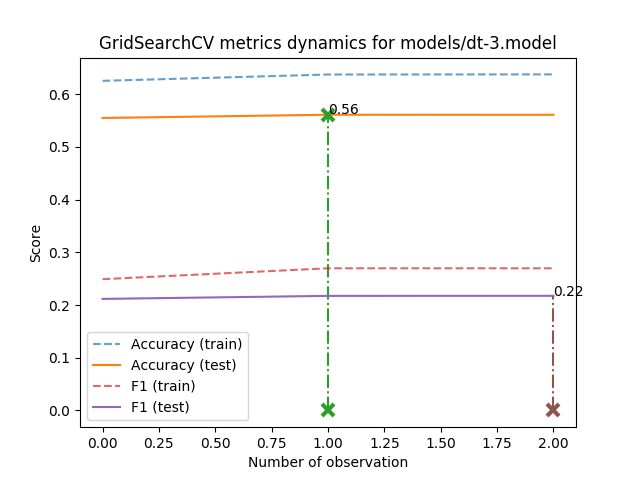
AverHLV/diploma-computations keeps this Graphviz diagram as models/dt-3.model_metrics.png. Above is the earlier version. Its source is kept beside it as models/dt-3.model.dot.
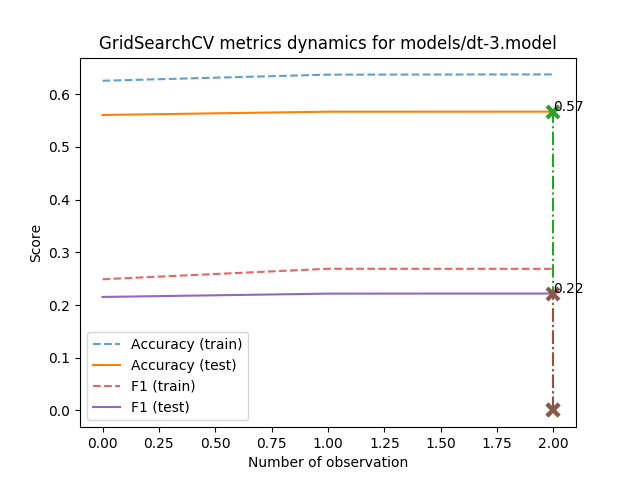
The same file after the commit.

What changed in the source:
```diff
@@ -1,56 +1,56 @@
 digraph Tree {
 node [shape=box, style="filled", color="black"] ;
-0 [label="Topic <= 0.998\ngini = 0.558\nsamples = 12051\nvalue = [[29, 5111, 705, 4438, 1768]\n[323, 7339, 2410, 820, 1159]\n[145, 6520, 580, 4097, 709]\n...\n[13, 5584, 844, 3975, 1635]\n[9, 135, 65, 43, 11799]\n[18, 1967, 30, 7762, 2274]]", fillcolor="#fefdfb"] ;
-1 [label="Екогрупа <= -2.261\ngini = 0.543\nsamples = 9241\nvalue = [[25, 4587, 555, 2691, 1383]\n[270, 5802, 1716, 551, 902]\n[125, 5727, 470, 2255, 664]\n...\n[13, 4901, 447, 2510, 1370]\n[7, 117, 38, 31, 9048]\n[18, 1761, 20, 5829, 1613]]", fillcolor="#fdf6f1"] ;
+0 [label="Topic <= 0.998\ngini = 0.558\nsamples = 12051\nvalue = [[26, 5159, 706, 4393, 1767]\n[313, 7320, 2413, 826, 1179]\n[151, 6567, 579, 4065, 689]\n...\n[12, 5670, 843, 3878, 1648]\n[8, 146, 66, 42, 11789]\n[17, 2031, 25, 7730, 2248]]", fillcolor="#fefcfb"] ;
+1 [label="ОБ <= -0.236\ngini = 0.542\nsamples = 9259\nvalue = [[24, 4626, 557, 2660, 1392]\n[265, 5767, 1736, 556, 935]\n[130, 5755, 479, 2259, 636]\n...\n[12, 4954, 440, 2457, 1396]\n[6, 124, 42, 34, 9053]\n[16, 1811, 17, 5816, 1599]]", fillcolor="#fdf6f0"] ;
 0 -> 1 [labeldistance=2.5, labelangle=45, headlabel="True"] ;
-5 [label="gini = 0.494\nsamples = 487\nvalue = [[3, 120, 16, 223, 125]\n[1, 314, 66, 36, 70]\n[2, 154, 8, 280, 43]\n...\n[0, 126, 31, 201, 129]\n[0, 0, 0, 0, 487]\n[5, 21, 0, 33, 428]]", fillcolor="#f9e1d0"] ;
+5 [label="Позафракційні <= -1.95\ngini = 0.535\nsamples = 2461\nvalue = [[15, 1355, 99, 535, 457]\n[41, 1607, 296, 173, 344]\n[32, 1475, 78, 547, 329]\n...\n[6, 1285, 98, 625, 447]\n[2, 20, 9, 0, 2430]\n[10, 399, 1, 1379, 672]]", fillcolor="#fcf3eb"] ;
 1 -> 5 ;
-6 [label="ОБ <= -0.369\ngini = 0.537\nsamples = 8754\nvalue = [[22, 4467, 539, 2468, 1258]\n[269, 5488, 1650, 515, 832]\n[123, 5573, 462, 1975, 621]\n...\n[13, 4775, 416, 2309, 1241]\n[7, 117, 38, 31, 8561]\n[13, 1740, 20, 5796, 1185]]", fillcolor="#fdf3ed"] ;
+7 [label="gini = 0.413\nsamples = 209\nvalue = [[2, 25, 4, 108, 70]\n[0, 114, 38, 35, 22]\n[1, 41, 4, 126, 37]\n...\n[1, 25, 4, 101, 78]\n[0, 0, 0, 0, 209]\n[0, 3, 0, 40, 166]]", fillcolor="#f2be9a"] ;
+5 -> 7 ;
+8 [label="ВОБ <= -0.559\ngini = 0.522\nsamples = 2252\nvalue = [[13, 1330, 95, 427, 387]\n[41, 1493, 258, 138, 322]\n[31, 1434, 74, 421, 292]\n...\n[5, 1260, 94, 524, 369]\n[2, 20, 9, 0, 2221]\n[10, 396, 1, 1339, 506]]", fillcolor="#fbede2"] ;
+5 -> 8 ;
+23 [label="gini = 0.527\nsamples = 560\nvalue = [[0, 272, 19, 153, 116]\n[8, 294, 53, 40, 165]\n[7, 307, 29, 150, 67]\n...\n[0, 270, 12, 202, 76]\n[0, 0, 0, 0, 560]\n[0, 110, 0, 351, 99]]", fillcolor="#fcefe6"] ;
+8 -> 23 ;
+24 [label="gini = 0.505\nsamples = 1692\nvalue = [[13, 1058, 76, 274, 271]\n[33, 1199, 205, 98, 157]\n[24, 1127, 45, 271, 225]\n...\n[5, 990, 82, 322, 293]\n[2, 20, 9, 0, 1661]\n[10, 286, 1, 988, 407]]", fillcolor="#fae6d7"] ;
+8 -> 24 ;
+6 [label="Topic <= -1.596\ngini = 0.534\nsamples = 6798\nvalue = [[9, 3271, 458, 2125, 935]\n[224, 4160, 1440, 383, 591]\n[98, 4280, 401, 1712, 307]\n...\n[6, 3669, 342, 1832, 949]\n[4, 104, 33, 34, 6623]\n[6, 1412, 16, 4437, 927]]", fillcolor="#fcf2eb"] ;
 1 -> 6 ;
-7 [label="Екогрупа <= 0.281\ngini = 0.513\nsamples = 1824\nvalue = [[6, 1116, 71, 320, 311]\n[35, 1235, 172, 121, 261]\n[26, 1200, 58, 322, 218]\n...\n[5, 1071, 62, 413, 273]\n[1, 12, 8, 1, 1802]\n[4, 313, 1, 1187, 319]]", fillcolor="#fae9dd"] ;
-6 -> 7 ;
-25 [label="gini = 0.48\nsamples = 1187\nvalue = [[5, 752, 45, 181, 204]\n[19, 864, 106, 61, 137]\n[10, 872, 28, 159, 118]\n...\n[4, 729, 40, 193, 221]\n[0, 11, 7, 0, 1169]\n[3, 173, 1, 727, 283]]", fillcolor="#f8dbc6"] ;
-7 -> 25 ;
-26 [label="gini = 0.537\nsamples = 637\nvalue = [[1, 364, 26, 139, 107]\n[16, 371, 66, 60, 124]\n[16, 328, 30, 163, 100]\n...\n[1, 342, 22, 220, 52]\n[1, 1, 1, 1, 633]\n[1, 140, 0, 460, 36]]", fillcolor="#fdf4ed"] ;
-7 -> 26 ;
-8 [label="Topic <= -1.596\ngini = 0.534\nsamples = 6930\nvalue = [[16, 3351, 468, 2148, 947]\n[234, 4253, 1478, 394, 571]\n[97, 4373, 404, 1653, 403]\n...\n[8, 3704, 354, 1896, 968]\n[6, 105, 30, 30, 6759]\n[9, 1427, 19, 4609, 866]]", fillcolor="#fcf2eb"] ;
-6 -> 8 ;
-9 [label="gini = 0.462\nsamples = 321\nvalue = [[2, 86, 58, 151, 24]\n[5, 245, 52, 11, 8]\n[0, 87, 64, 167, 3]\n...\n[1, 69, 83, 128, 40]\n[0, 24, 0, 13, 284]\n[0, 23, 0, 217, 81]]", fillcolor="#f6d3ba"] ;
-8 -> 9 ;
-10 [label="НФ <= 0.753\ngini = 0.529\nsamples = 6609\nvalue = [[14, 3265, 410, 1997, 923]\n[229, 4008, 1426, 383, 563]\n[97, 4286, 340, 1486, 400]\n...\n[7, 3635, 271, 1768, 928]\n[6, 81, 30, 17, 6475]\n[9, 1404, 19, 4392, 785]]", fillcolor="#fcf0e7"] ;
-8 -> 10 ;
-13 [label="Екогрупа <= 0.281\ngini = 0.521\nsamples = 5024\nvalue = [[6, 2410, 275, 1645, 688]\n[140, 3178, 1080, 269, 357]\n[62, 3238, 243, 1165, 316]\n...\n[7, 2880, 205, 1420, 512]\n[2, 32, 20, 13, 4957]\n[4, 1112, 15, 3380, 513]]", fillcolor="#fbede2"] ;
-10 -> 13 ;
-21 [label="gini = 0.515\nsamples = 1953\nvalue = [[3, 1010, 133, 504, 303]\n[66, 1307, 368, 77, 135]\n[24, 1423, 94, 345, 67]\n...\n[5, 1132, 55, 498, 263]\n[2, 25, 3, 6, 1917]\n[0, 290, 8, 1267, 388]]", fillcolor="#fbeade"] ;
+11 [label="gini = 0.47\nsamples = 330\nvalue = [[2, 95, 52, 158, 23]\n[6, 235, 63, 12, 14]\n[0, 80, 58, 190, 2]\n...\n[1, 82, 80, 127, 40]\n[0, 22, 0, 15, 293]\n[0, 21, 0, 232, 77]]", fillcolor="#f7d7c0"] ;
+6 -> 11 ;
+12 [label="НФ <= 0.392\ngini = 0.529\nsamples = 6468\nvalue = [[7, 3176, 406, 1967, 912]\n[218, 3925, 1377, 371, 577]\n[98, 4200, 343, 1522, 305]\n...\n[5, 3587, 262, 1705, 909]\n[4, 82, 33, 19, 6330]\n[6, 1391, 16, 4205, 850]]", fillcolor="#fcf0e7"] ;
+6 -> 12 ;
+13 [label="Екогрупа <= -1.414\ngini = 0.519\nsamples = 3935\nvalue = [[4, 1817, 203, 1306, 605]\n[111, 2514, 853, 212, 245]\n[46, 2516, 189, 962, 222]\n...\n[4, 2278, 175, 1131, 347]\n[3, 21, 15, 11, 3885]\n[4, 897, 11, 2582, 441]]", fillcolor="#fbece1"] ;
+12 -> 13 ;
+21 [label="gini = 0.476\nsamples = 198\nvalue = [[0, 57, 11, 92, 38]\n[3, 122, 32, 5, 36]\n[0, 69, 4, 125, 0]\n...\n[0, 76, 10, 84, 28]\n[0, 2, 0, 0, 196]\n[0, 13, 0, 51, 134]]", fillcolor="#f7d9c4"] ;
 13 -> 21 ;
-22 [label="gini = 0.517\nsamples = 3071\nvalue = [[3, 1400, 142, 1141, 385]\n[74, 1871, 712, 192, 222]\n[38, 1815, 149, 820, 249]\n...\n[2, 1748, 150, 922, 249]\n[0, 7, 17, 7, 3040]\n[4, 822, 7, 2113, 125]]", fillcolor="#fbebdf"] ;
+22 [label="gini = 0.514\nsamples = 3737\nvalue = [[4, 1760, 192, 1214, 567]\n[108, 2392, 821, 207, 209]\n[46, 2447, 185, 837, 222]\n...\n[4, 2202, 165, 1047, 319]\n[3, 19, 15, 11, 3689]\n[4, 884, 11, 2531, 307]]", fillcolor="#fbe9dd"] ;
 13 -> 22 ;
-14 [label="gini = 0.531\nsamples = 1585\nvalue = [[8, 855, 135, 352, 235]\n[89, 830, 346, 114, 206]\n[35, 1048, 97, 321, 84]\n...\n[0, 755, 66, 348, 416]\n[4, 49, 10, 4, 1518]\n[5, 292, 4, 1012, 272]]", fillcolor="#fcf1e9"] ;
-10 -> 14 ;
-2 [label="НФ <= -0.149\ngini = 0.524\nsamples = 2810\nvalue = [[4, 524, 150, 1747, 385]\n[53, 1537, 694, 269, 257]\n[20, 793, 110, 1842, 45]\n...\n[0, 683, 397, 1465, 265]\n[2, 18, 27, 12, 2751]\n[0, 206, 10, 1933, 661]]", fillcolor="#fbeee4"] ;
+14 [label="gini = 0.53\nsamples = 2533\nvalue = [[3, 1359, 203, 661, 307]\n[107, 1411, 524, 159, 332]\n[52, 1684, 154, 560, 83]\n...\n[1, 1309, 87, 574, 562]\n[1, 61, 18, 8, 2445]\n[2, 494, 5, 1623, 409]]", fillcolor="#fcf0e8"] ;
+12 -> 14 ;
+2 [label="НФ <= -0.149\ngini = 0.525\nsamples = 2792\nvalue = [[2, 533, 149, 1733, 375]\n[48, 1553, 677, 270, 244]\n[21, 812, 100, 1806, 53]\n...\n[0, 716, 403, 1421, 252]\n[2, 22, 24, 8, 2736]\n[1, 220, 8, 1914, 649]]", fillcolor="#fceee5"] ;
 0 -> 2 [labeldistance=2.5, labelangle=-45, headlabel="False"] ;
-3 [label="Topic <= 1.016\ngini = 0.459\nsamples = 1882\nvalue = [[0, 154, 54, 1440, 234]\n[21, 982, 478, 226, 175]\n[2, 325, 45, 1488, 22]\n...\n[0, 329, 234, 1226, 93]\n[0, 2, 2, 1, 1877]\n[0, 65, 2, 1351, 464]]", fillcolor="#f6d2b9"] ;
+3 [label="Topic <= 1.016\ngini = 0.461\nsamples = 1883\nvalue = [[0, 154, 62, 1429, 238]\n[23, 989, 477, 221, 173]\n[2, 338, 41, 1476, 26]\n...\n[0, 350, 247, 1191, 95]\n[0, 3, 0, 1, 1879]\n[1, 71, 3, 1357, 451]]", fillcolor="#f6d3b9"] ;
 2 -> 3 ;
-11 [label="Воля <= -0.217\ngini = 0.35\nsamples = 560\nvalue = [[0, 3, 23, 488, 46]\n[4, 383, 12, 103, 58]\n[0, 39, 9, 512, 0]\n...\n[0, 40, 140, 341, 39]\n[0, 0, 0, 0, 560]\n[0, 1, 0, 405, 154]]", fillcolor="#eca46f"] ;
-3 -> 11 ;
-23 [label="gini = 0.27\nsamples = 196\nvalue = [[0, 1, 22, 172, 1]\n[1, 105, 2, 51, 37]\n[0, 0, 2, 194, 0]\n...\n[0, 7, 8, 143, 38]\n[0, 0, 0, 0, 196]\n[0, 0, 0, 42, 154]]", fillcolor="#e58139"] ;
-11 -> 23 ;
-24 [label="gini = 0.327\nsamples = 364\nvalue = [[0, 2, 1, 316, 45]\n[3, 278, 10, 52, 21]\n[0, 39, 7, 318, 0]\n...\n[0, 33, 132, 198, 1]\n[0, 0, 0, 0, 364]\n[0, 1, 0, 363, 0]]", fillcolor="#ea9a60"] ;
-11 -> 24 ;
-12 [label="Воля <= 0.475\ngini = 0.466\nsamples = 1322\nvalue = [[0, 151, 31, 952, 188]\n[17, 599, 466, 123, 117]\n[2, 286, 36, 976, 22]\n...\n[0, 289, 94, 885, 54]\n[0, 2, 2, 1, 1317]\n[0, 64, 2, 946, 310]]", fillcolor="#f6d5bd"] ;
-3 -> 12 ;
-17 [label="Екогрупа <= -1.837\ngini = 0.512\nsamples = 629\nvalue = [[0, 119, 20, 352, 138]\n[11, 367, 139, 47, 65]\n[2, 209, 30, 367, 21]\n...\n[0, 185, 49, 362, 33]\n[0, 2, 2, 1, 624]\n[0, 43, 0, 289, 297]]", fillcolor="#fae9dc"] ;
-12 -> 17 ;
-19 [label="gini = 0.367\nsamples = 265\nvalue = [[0, 6, 1, 197, 61]\n[6, 115, 74, 21, 49]\n[0, 19, 4, 240, 2]\n...\n[0, 22, 14, 223, 6]\n[0, 0, 0, 0, 265]\n[0, 0, 0, 3, 262]]", fillcolor="#eeab7b"] ;
-17 -> 19 ;
-20 [label="gini = 0.521\nsamples = 364\nvalue = [[0, 113, 19, 155, 77]\n[5, 252, 65, 26, 16]\n[2, 190, 26, 127, 19]\n...\n[0, 163, 35, 139, 27]\n[0, 2, 2, 1, 359]\n[0, 43, 0, 286, 35]]", fillcolor="#fbede2"] ;
-17 -> 20 ;
-18 [label="gini = 0.379\nsamples = 693\nvalue = [[0, 32, 11, 600, 50]\n[6, 232, 327, 76, 52]\n[0, 77, 6, 609, 1]\n...\n[0, 104, 45, 523, 21]\n[0, 0, 0, 0, 693]\n[0, 21, 2, 657, 13]]", fillcolor="#efb082"] ;
-12 -> 18 ;
-4 [label="Topic <= 1.016\ngini = 0.564\nsamples = 928\nvalue = [[4, 370, 96, 307, 151]\n[32, 555, 216, 43, 82]\n[18, 468, 65, 354, 23]\n...\n[0, 354, 163, 239, 172]\n[2, 16, 25, 11, 874]\n[0, 141, 8, 582, 197]]", fillcolor="#ffffff"] ;
+9 [label="Екогрупа <= -0.566\ngini = 0.349\nsamples = 578\nvalue = [[0, 2, 27, 503, 46]\n[7, 398, 11, 104, 58]\n[0, 48, 9, 521, 0]\n...\n[0, 42, 148, 349, 39]\n[0, 0, 0, 0, 578]\n[0, 0, 0, 423, 155]]", fillcolor="#eca36e"] ;
+3 -> 9 ;
+25 [label="gini = 0.27\nsamples = 195\nvalue = [[0, 1, 24, 169, 1]\n[2, 106, 2, 49, 36]\n[0, 0, 3, 192, 0]\n...\n[0, 7, 10, 140, 38]\n[0, 0, 0, 0, 195]\n[0, 0, 0, 42, 153]]", fillcolor="#e58139"] ;
+9 -> 25 ;
+26 [label="gini = 0.324\nsamples = 383\nvalue = [[0, 1, 3, 334, 45]\n[5, 292, 9, 55, 22]\n[0, 48, 6, 329, 0]\n...\n[0, 35, 138, 209, 1]\n[0, 0, 0, 0, 383]\n[0, 0, 0, 381, 2]]", fillcolor="#ea985e"] ;
+9 -> 26 ;
+10 [label="Topic <= 1.421\ngini = 0.469\nsamples = 1305\nvalue = [[0, 152, 35, 926, 192]\n[16, 591, 466, 117, 115]\n[2, 290, 32, 955, 26]\n...\n[0, 308, 99, 842, 56]\n[0, 3, 0, 1, 1301]\n[1, 71, 3, 934, 296]]", fillcolor="#f7d6bf"] ;
+3 -> 10 ;
+17 [label="gini = 0.531\nsamples = 213\nvalue = [[0, 86, 12, 72, 43]\n[7, 120, 44, 8, 34]\n[1, 121, 4, 70, 17]\n...\n[0, 106, 9, 75, 23]\n[0, 2, 0, 0, 211]\n[1, 42, 0, 112, 58]]", fillcolor="#fcf1e8"] ;
+10 -> 17 ;
+18 [label="Topic <= 1.439\ngini = 0.429\nsamples = 1092\nvalue = [[0, 66, 23, 854, 149]\n[9, 471, 422, 109, 81]\n[1, 169, 28, 885, 9]\n...\n[0, 202, 90, 767, 33]\n[0, 1, 0, 1, 1090]\n[0, 29, 3, 822, 238]]", fillcolor="#f3c5a4"] ;
+10 -> 18 ;
+19 [label="gini = 0.341\nsamples = 446\nvalue = [[0, 15, 0, 359, 72]\n[5, 95, 243, 76, 27]\n[0, 37, 0, 409, 0]\n...\n[0, 53, 29, 350, 14]\n[0, 0, 0, 0, 446]\n[0, 4, 0, 380, 62]]", fillcolor="#eb9f69"] ;
+18 -> 19 ;
+20 [label="gini = 0.443\nsamples = 646\nvalue = [[0, 51, 23, 495, 77]\n[4, 376, 179, 33, 54]\n[1, 132, 28, 476, 9]\n...\n[0, 149, 61, 417, 19]\n[0, 1, 0, 1, 644]\n[0, 25, 3, 442, 176]]", fillcolor="#f4cbad"] ;
+18 -> 20 ;
+4 [label="Topic <= 1.016\ngini = 0.564\nsamples = 909\nvalue = [[2, 379, 87, 304, 137]\n[25, 564, 200, 49, 71]\n[19, 474, 59, 330, 27]\n...\n[0, 366, 156, 230, 157]\n[2, 19, 24, 7, 857]\n[0, 149, 5, 557, 198]]", fillcolor="#ffffff"] ;
 2 -> 4 ;
-15 [label="gini = 0.273\nsamples = 102\nvalue = [[0, 25, 25, 49, 3]\n[1, 81, 2, 7, 11]\n[0, 5, 0, 97, 0]\n...\n[0, 8, 73, 21, 0]\n[0, 0, 0, 0, 102]\n[0, 0, 0, 36, 66]]", fillcolor="#e5833b"] ;
+15 [label="gini = 0.274\nsamples = 100\nvalue = [[0, 20, 27, 50, 3]\n[0, 81, 1, 8, 10]\n[0, 5, 0, 95, 0]\n...\n[0, 8, 70, 22, 0]\n[0, 0, 0, 0, 100]\n[0, 0, 0, 31, 69]]", fillcolor="#e5833c"] ;
 4 -> 15 ;
-16 [label="gini = 0.56\nsamples = 826\nvalue = [[4, 345, 71, 258, 148]\n[31, 474, 214, 36, 71]\n[18, 463, 65, 257, 23]\n...\n[0, 346, 90, 218, 172]\n[2, 16, 25, 11, 772]\n[0, 141, 8, 546, 131]]", fillcolor="#fffdfd"] ;
+16 [label="gini = 0.559\nsamples = 809\nvalue = [[2, 359, 60, 254, 134]\n[25, 483, 199, 41, 61]\n[19, 469, 59, 235, 27]\n...\n[0, 358, 86, 208, 157]\n[2, 19, 24, 7, 757]\n[0, 149, 5, 526, 129]]", fillcolor="#fffdfc"] ;
 4 -> 16 ;
 }
```
